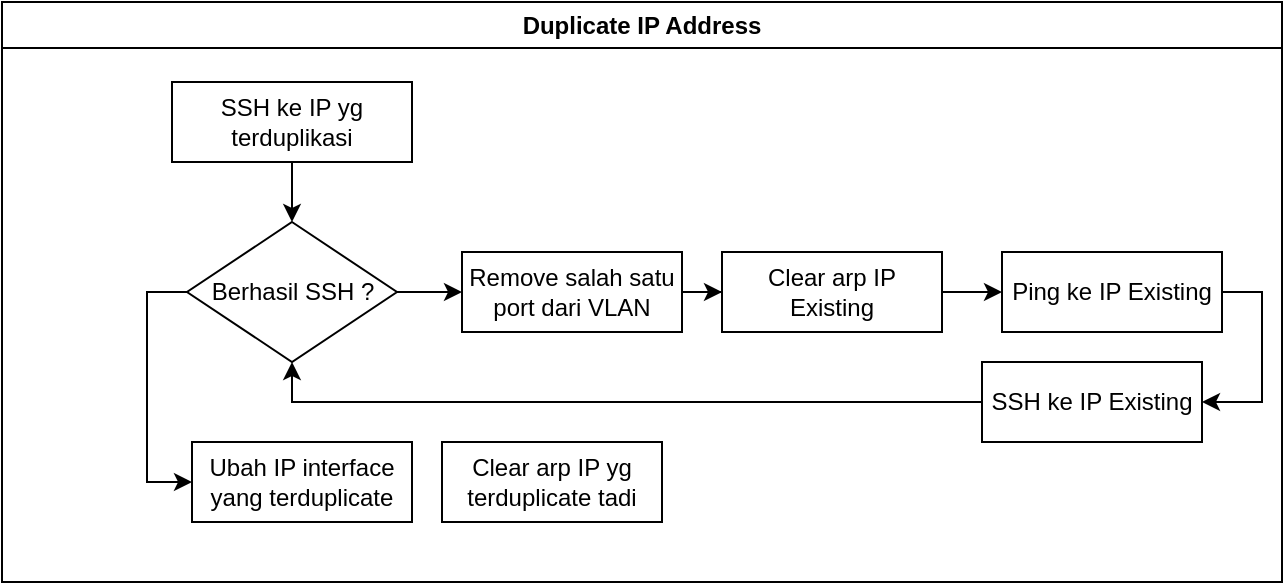
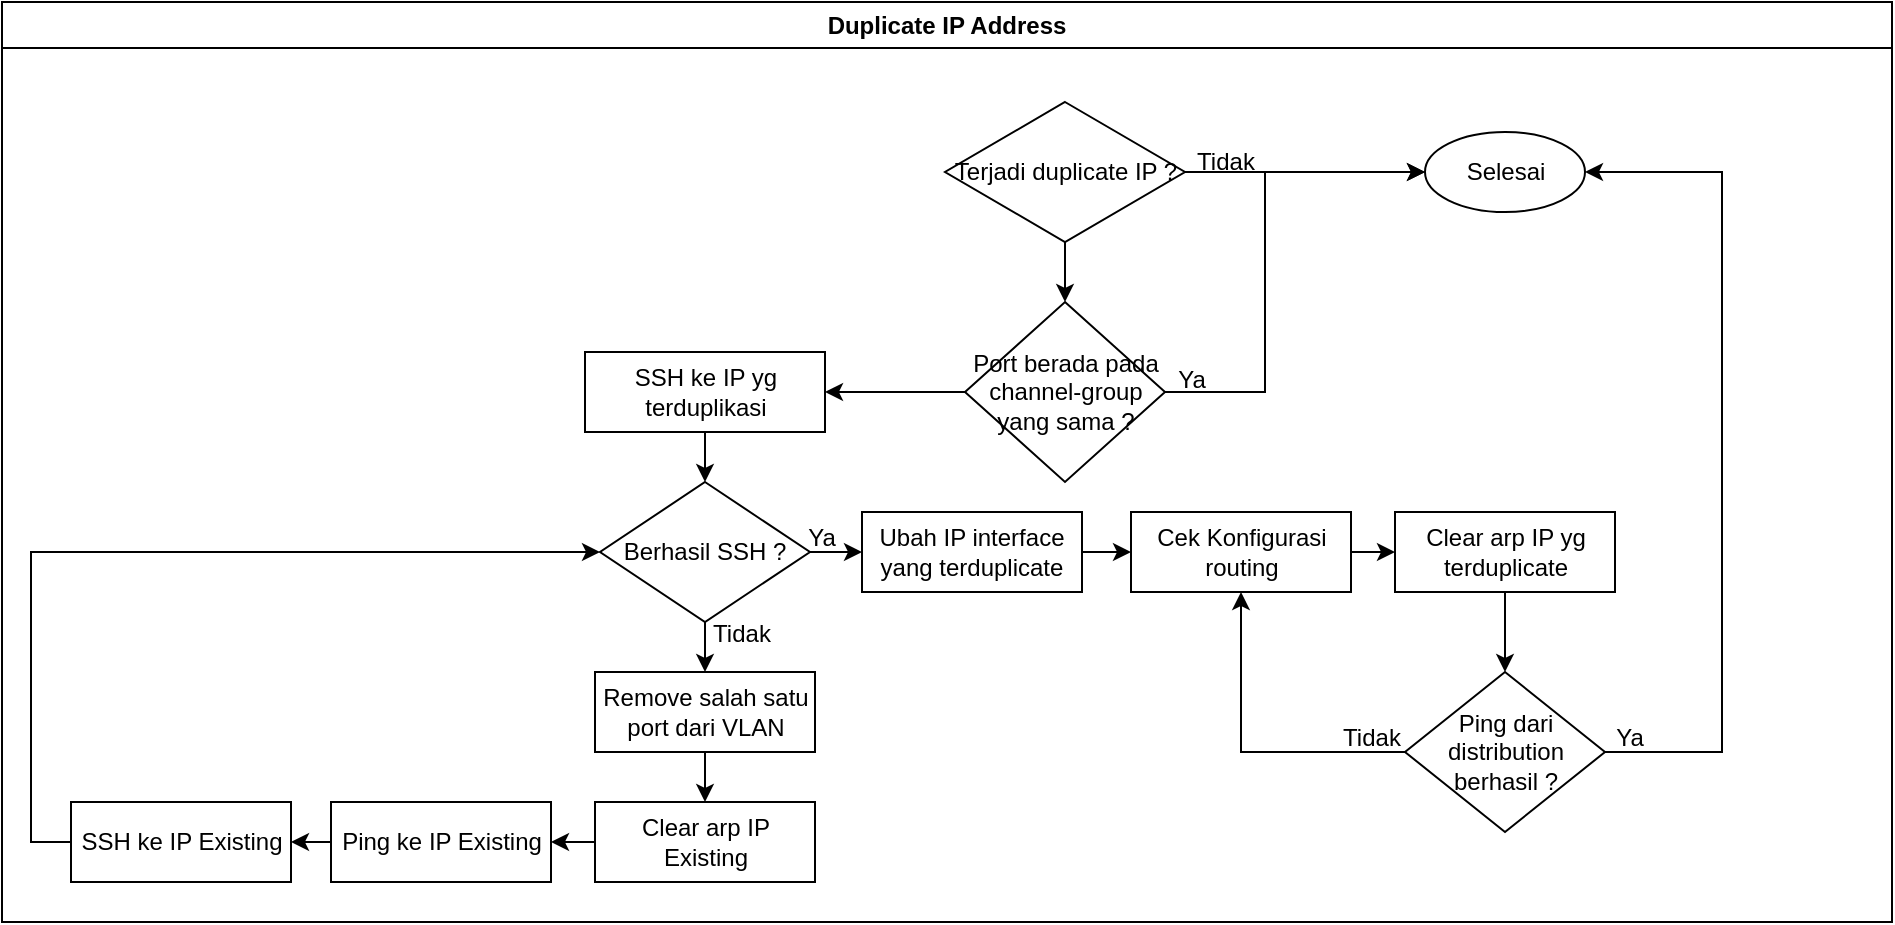
<mxfile host="app.diagrams.net" pages="2">
  <diagram id="IqfTy9Qa5XRMRrwgn1kL" name="Duplicate IP">
    <mxGraphModel dx="766" dy="454" grid="1" gridSize="10" guides="1" tooltips="1" connect="1" arrows="1" fold="1" page="1" pageScale="1" pageWidth="850" pageHeight="1100" math="0" shadow="0">
      <root>
        <mxCell id="0" />
        <mxCell id="1" parent="0" />
        <mxCell id="Bbwd89mPKZ276QW8u6vw-1" parent="1" style="swimlane;whiteSpace=wrap;html=1;" value="Duplicate IP Address" vertex="1">
-           <mxGeometry height="290" width="640" x="440" y="30" as="geometry" />
+           <mxGeometry height="460" width="945" x="410" y="30" as="geometry" />
        </mxCell>
        <mxCell id="Bbwd89mPKZ276QW8u6vw-9" edge="1" parent="Bbwd89mPKZ276QW8u6vw-1" source="Bbwd89mPKZ276QW8u6vw-3" style="edgeStyle=orthogonalEdgeStyle;rounded=0;orthogonalLoop=1;jettySize=auto;html=1;" target="Bbwd89mPKZ276QW8u6vw-6" value="">
          <mxGeometry relative="1" as="geometry" />
        </mxCell>
        <mxCell id="Bbwd89mPKZ276QW8u6vw-3" parent="Bbwd89mPKZ276QW8u6vw-1" style="rounded=0;whiteSpace=wrap;html=1;" value="SSH ke IP yg terduplikasi" vertex="1">
-           <mxGeometry height="40" width="120" x="85" y="40" as="geometry" />
-         </mxCell>
-         <mxCell id="Bbwd89mPKZ276QW8u6vw-8" edge="1" parent="Bbwd89mPKZ276QW8u6vw-1" source="Bbwd89mPKZ276QW8u6vw-6" style="edgeStyle=orthogonalEdgeStyle;rounded=0;orthogonalLoop=1;jettySize=auto;html=1;" target="Bbwd89mPKZ276QW8u6vw-7" value="">
-           <mxGeometry relative="1" as="geometry" />
-         </mxCell>
-         <mxCell id="Bbwd89mPKZ276QW8u6vw-24" edge="1" parent="Bbwd89mPKZ276QW8u6vw-1" source="Bbwd89mPKZ276QW8u6vw-6" style="edgeStyle=orthogonalEdgeStyle;rounded=0;orthogonalLoop=1;jettySize=auto;html=1;exitX=0;exitY=0.5;exitDx=0;exitDy=0;entryX=0;entryY=0.5;entryDx=0;entryDy=0;" target="Bbwd89mPKZ276QW8u6vw-23">
+           <mxGeometry height="40" width="120" x="291.5" y="175" as="geometry" />
+         </mxCell>
+         <mxCell id="SucNwFIVOATJOGyqGJhW-17" edge="1" parent="Bbwd89mPKZ276QW8u6vw-1" source="Bbwd89mPKZ276QW8u6vw-6" style="edgeStyle=orthogonalEdgeStyle;rounded=0;orthogonalLoop=1;jettySize=auto;html=1;exitX=0.5;exitY=1;exitDx=0;exitDy=0;" target="Bbwd89mPKZ276QW8u6vw-7">
+           <mxGeometry relative="1" as="geometry" />
+         </mxCell>
+         <mxCell id="SucNwFIVOATJOGyqGJhW-23" edge="1" parent="Bbwd89mPKZ276QW8u6vw-1" source="Bbwd89mPKZ276QW8u6vw-6" style="edgeStyle=orthogonalEdgeStyle;rounded=0;orthogonalLoop=1;jettySize=auto;html=1;exitX=1;exitY=0.5;exitDx=0;exitDy=0;entryX=0;entryY=0.5;entryDx=0;entryDy=0;" target="Bbwd89mPKZ276QW8u6vw-23">
          <mxGeometry relative="1" as="geometry" />
        </mxCell>
        <mxCell id="Bbwd89mPKZ276QW8u6vw-6" parent="Bbwd89mPKZ276QW8u6vw-1" style="rhombus;whiteSpace=wrap;html=1;" value="Berhasil SSH ?" vertex="1">
-           <mxGeometry height="70" width="105" x="92.5" y="110" as="geometry" />
+           <mxGeometry height="70" width="105" x="299" y="240" as="geometry" />
        </mxCell>
        <mxCell id="Bbwd89mPKZ276QW8u6vw-13" edge="1" parent="Bbwd89mPKZ276QW8u6vw-1" source="Bbwd89mPKZ276QW8u6vw-7" style="edgeStyle=orthogonalEdgeStyle;rounded=0;orthogonalLoop=1;jettySize=auto;html=1;" target="Bbwd89mPKZ276QW8u6vw-11" value="">
          <mxGeometry relative="1" as="geometry" />
        </mxCell>
        <mxCell id="Bbwd89mPKZ276QW8u6vw-7" parent="Bbwd89mPKZ276QW8u6vw-1" style="rounded=0;whiteSpace=wrap;html=1;" value="Remove salah satu port dari VLAN" vertex="1">
-           <mxGeometry height="40" width="110" x="230" y="125" as="geometry" />
+           <mxGeometry height="40" width="110" x="296.5" y="335" as="geometry" />
        </mxCell>
        <mxCell id="Bbwd89mPKZ276QW8u6vw-11" parent="Bbwd89mPKZ276QW8u6vw-1" style="rounded=0;whiteSpace=wrap;html=1;" value="Clear arp IP Existing" vertex="1">
-           <mxGeometry height="40" width="110" x="360" y="125" as="geometry" />
-         </mxCell>
-         <mxCell id="Bbwd89mPKZ276QW8u6vw-21" edge="1" parent="Bbwd89mPKZ276QW8u6vw-1" source="Bbwd89mPKZ276QW8u6vw-15" style="edgeStyle=orthogonalEdgeStyle;rounded=0;orthogonalLoop=1;jettySize=auto;html=1;exitX=0;exitY=0.5;exitDx=0;exitDy=0;entryX=0.5;entryY=1;entryDx=0;entryDy=0;" target="Bbwd89mPKZ276QW8u6vw-6">
+           <mxGeometry height="40" width="110" x="296.5" y="400" as="geometry" />
+         </mxCell>
+         <mxCell id="SucNwFIVOATJOGyqGJhW-4" edge="1" parent="Bbwd89mPKZ276QW8u6vw-1" source="SucNwFIVOATJOGyqGJhW-1" style="edgeStyle=orthogonalEdgeStyle;rounded=0;orthogonalLoop=1;jettySize=auto;html=1;exitX=1;exitY=0.5;exitDx=0;exitDy=0;" target="SucNwFIVOATJOGyqGJhW-3">
+           <mxGeometry relative="1" as="geometry" />
+         </mxCell>
+         <mxCell id="SucNwFIVOATJOGyqGJhW-6" edge="1" parent="Bbwd89mPKZ276QW8u6vw-1" source="SucNwFIVOATJOGyqGJhW-1" style="edgeStyle=orthogonalEdgeStyle;rounded=0;orthogonalLoop=1;jettySize=auto;html=1;exitX=0.5;exitY=1;exitDx=0;exitDy=0;" target="SucNwFIVOATJOGyqGJhW-5">
+           <mxGeometry relative="1" as="geometry" />
+         </mxCell>
+         <mxCell id="SucNwFIVOATJOGyqGJhW-1" parent="Bbwd89mPKZ276QW8u6vw-1" style="rhombus;whiteSpace=wrap;html=1;" value="Terjadi duplicate IP ?" vertex="1">
+           <mxGeometry height="70" width="120" x="471.5" y="50" as="geometry" />
+         </mxCell>
+         <mxCell id="SucNwFIVOATJOGyqGJhW-3" parent="Bbwd89mPKZ276QW8u6vw-1" style="ellipse;whiteSpace=wrap;html=1;" value="Selesai" vertex="1">
+           <mxGeometry height="40" width="80" x="711.5" y="65" as="geometry" />
+         </mxCell>
+         <mxCell id="SucNwFIVOATJOGyqGJhW-7" edge="1" parent="Bbwd89mPKZ276QW8u6vw-1" source="SucNwFIVOATJOGyqGJhW-5" style="edgeStyle=orthogonalEdgeStyle;rounded=0;orthogonalLoop=1;jettySize=auto;html=1;exitX=1;exitY=0.5;exitDx=0;exitDy=0;entryX=0;entryY=0.5;entryDx=0;entryDy=0;" target="SucNwFIVOATJOGyqGJhW-3">
+           <mxGeometry relative="1" as="geometry">
+             <Array as="points">
+               <mxPoint x="631.5" y="195" />
+               <mxPoint x="631.5" y="85" />
+             </Array>
+           </mxGeometry>
+         </mxCell>
+         <mxCell id="SucNwFIVOATJOGyqGJhW-10" edge="1" parent="Bbwd89mPKZ276QW8u6vw-1" source="SucNwFIVOATJOGyqGJhW-5" style="edgeStyle=orthogonalEdgeStyle;rounded=0;orthogonalLoop=1;jettySize=auto;html=1;exitX=0;exitY=0.5;exitDx=0;exitDy=0;entryX=1;entryY=0.5;entryDx=0;entryDy=0;" target="Bbwd89mPKZ276QW8u6vw-3">
+           <mxGeometry relative="1" as="geometry" />
+         </mxCell>
+         <mxCell id="SucNwFIVOATJOGyqGJhW-5" parent="Bbwd89mPKZ276QW8u6vw-1" style="rhombus;whiteSpace=wrap;html=1;" value="Port berada pada channel-group yang sama ?" vertex="1">
+           <mxGeometry height="90" width="100" x="481.5" y="150" as="geometry" />
+         </mxCell>
+         <mxCell id="SucNwFIVOATJOGyqGJhW-8" parent="Bbwd89mPKZ276QW8u6vw-1" style="text;html=1;whiteSpace=wrap;strokeColor=none;fillColor=none;align=center;verticalAlign=middle;rounded=0;" value="Tidak" vertex="1">
+           <mxGeometry height="30" width="60" x="581.5" y="65" as="geometry" />
+         </mxCell>
+         <mxCell id="SucNwFIVOATJOGyqGJhW-9" parent="Bbwd89mPKZ276QW8u6vw-1" style="text;html=1;whiteSpace=wrap;strokeColor=none;fillColor=none;align=center;verticalAlign=middle;rounded=0;" value="Ya" vertex="1">
+           <mxGeometry height="30" width="60" x="564.5" y="174" as="geometry" />
+         </mxCell>
+         <mxCell id="SucNwFIVOATJOGyqGJhW-21" edge="1" parent="Bbwd89mPKZ276QW8u6vw-1" source="Bbwd89mPKZ276QW8u6vw-12" style="edgeStyle=orthogonalEdgeStyle;rounded=0;orthogonalLoop=1;jettySize=auto;html=1;exitX=0;exitY=0.5;exitDx=0;exitDy=0;entryX=1;entryY=0.5;entryDx=0;entryDy=0;" target="Bbwd89mPKZ276QW8u6vw-15">
+           <mxGeometry relative="1" as="geometry" />
+         </mxCell>
+         <mxCell id="Bbwd89mPKZ276QW8u6vw-12" parent="Bbwd89mPKZ276QW8u6vw-1" style="rounded=0;whiteSpace=wrap;html=1;" value="Ping ke IP Existing" vertex="1">
+           <mxGeometry height="40" width="110" x="164.5" y="400" as="geometry" />
+         </mxCell>
+         <mxCell id="SucNwFIVOATJOGyqGJhW-20" edge="1" parent="Bbwd89mPKZ276QW8u6vw-1" source="Bbwd89mPKZ276QW8u6vw-11" style="edgeStyle=orthogonalEdgeStyle;rounded=0;orthogonalLoop=1;jettySize=auto;html=1;exitX=0;exitY=0.5;exitDx=0;exitDy=0;entryX=1;entryY=0.5;entryDx=0;entryDy=0;" target="Bbwd89mPKZ276QW8u6vw-12">
+           <mxGeometry relative="1" as="geometry" />
+         </mxCell>
+         <mxCell id="SucNwFIVOATJOGyqGJhW-22" edge="1" parent="Bbwd89mPKZ276QW8u6vw-1" source="Bbwd89mPKZ276QW8u6vw-15" style="edgeStyle=orthogonalEdgeStyle;rounded=0;orthogonalLoop=1;jettySize=auto;html=1;exitX=0;exitY=0.5;exitDx=0;exitDy=0;entryX=0;entryY=0.5;entryDx=0;entryDy=0;" target="Bbwd89mPKZ276QW8u6vw-6">
          <mxGeometry relative="1" as="geometry" />
        </mxCell>
        <mxCell id="Bbwd89mPKZ276QW8u6vw-15" parent="Bbwd89mPKZ276QW8u6vw-1" style="rounded=0;whiteSpace=wrap;html=1;" value="SSH ke IP Existing" vertex="1">
-           <mxGeometry height="40" width="110" x="490" y="180" as="geometry" />
+           <mxGeometry height="40" width="110" x="34.5" y="400" as="geometry" />
+         </mxCell>
+         <mxCell id="SucNwFIVOATJOGyqGJhW-27" edge="1" parent="Bbwd89mPKZ276QW8u6vw-1" source="Bbwd89mPKZ276QW8u6vw-23" style="edgeStyle=orthogonalEdgeStyle;rounded=0;orthogonalLoop=1;jettySize=auto;html=1;" target="SucNwFIVOATJOGyqGJhW-26" value="">
+           <mxGeometry relative="1" as="geometry" />
        </mxCell>
        <mxCell id="Bbwd89mPKZ276QW8u6vw-23" parent="Bbwd89mPKZ276QW8u6vw-1" style="rounded=0;whiteSpace=wrap;html=1;" value="Ubah IP interface yang terduplicate" vertex="1">
-           <mxGeometry height="40" width="110" x="95" y="220" as="geometry" />
-         </mxCell>
-         <mxCell id="Bbwd89mPKZ276QW8u6vw-26" parent="Bbwd89mPKZ276QW8u6vw-1" style="rounded=0;whiteSpace=wrap;html=1;" value="Clear arp IP yg terduplicate tadi" vertex="1">
-           <mxGeometry height="40" width="110" x="220" y="220" as="geometry" />
-         </mxCell>
-         <mxCell id="Bbwd89mPKZ276QW8u6vw-19" edge="1" parent="1" source="Bbwd89mPKZ276QW8u6vw-12" style="edgeStyle=orthogonalEdgeStyle;rounded=0;orthogonalLoop=1;jettySize=auto;html=1;exitX=1;exitY=0.5;exitDx=0;exitDy=0;entryX=1;entryY=0.5;entryDx=0;entryDy=0;" target="Bbwd89mPKZ276QW8u6vw-15">
-           <mxGeometry relative="1" as="geometry" />
-         </mxCell>
-         <mxCell id="Bbwd89mPKZ276QW8u6vw-12" parent="1" style="rounded=0;whiteSpace=wrap;html=1;" value="Ping ke IP Existing" vertex="1">
-           <mxGeometry height="40" width="110" x="940" y="155" as="geometry" />
-         </mxCell>
-         <mxCell id="Bbwd89mPKZ276QW8u6vw-14" edge="1" parent="1" source="Bbwd89mPKZ276QW8u6vw-11" style="edgeStyle=orthogonalEdgeStyle;rounded=0;orthogonalLoop=1;jettySize=auto;html=1;" target="Bbwd89mPKZ276QW8u6vw-12" value="">
-           <mxGeometry relative="1" as="geometry" />
+           <mxGeometry height="40" width="110" x="430" y="255" as="geometry" />
+         </mxCell>
+         <mxCell id="SucNwFIVOATJOGyqGJhW-30" edge="1" parent="Bbwd89mPKZ276QW8u6vw-1" source="Bbwd89mPKZ276QW8u6vw-26" style="edgeStyle=orthogonalEdgeStyle;rounded=0;orthogonalLoop=1;jettySize=auto;html=1;exitX=0.5;exitY=1;exitDx=0;exitDy=0;" target="SucNwFIVOATJOGyqGJhW-29">
+           <mxGeometry relative="1" as="geometry" />
+         </mxCell>
+         <mxCell id="Bbwd89mPKZ276QW8u6vw-26" parent="Bbwd89mPKZ276QW8u6vw-1" style="rounded=0;whiteSpace=wrap;html=1;" value="Clear arp IP yg terduplicate" vertex="1">
+           <mxGeometry height="40" width="110" x="696.5" y="255" as="geometry" />
+         </mxCell>
+         <mxCell id="SucNwFIVOATJOGyqGJhW-25" parent="Bbwd89mPKZ276QW8u6vw-1" style="text;html=1;whiteSpace=wrap;strokeColor=none;fillColor=none;align=center;verticalAlign=middle;rounded=0;" value="Ya" vertex="1">
+           <mxGeometry height="30" width="60" x="380" y="253" as="geometry" />
+         </mxCell>
+         <mxCell id="SucNwFIVOATJOGyqGJhW-28" edge="1" parent="Bbwd89mPKZ276QW8u6vw-1" source="SucNwFIVOATJOGyqGJhW-26" style="edgeStyle=orthogonalEdgeStyle;rounded=0;orthogonalLoop=1;jettySize=auto;html=1;exitX=1;exitY=0.5;exitDx=0;exitDy=0;entryX=0;entryY=0.5;entryDx=0;entryDy=0;" target="Bbwd89mPKZ276QW8u6vw-26">
+           <mxGeometry relative="1" as="geometry" />
+         </mxCell>
+         <mxCell id="SucNwFIVOATJOGyqGJhW-26" parent="Bbwd89mPKZ276QW8u6vw-1" style="rounded=0;whiteSpace=wrap;html=1;" value="Cek Konfigurasi routing" vertex="1">
+           <mxGeometry height="40" width="110" x="564.5" y="255" as="geometry" />
+         </mxCell>
+         <mxCell id="SucNwFIVOATJOGyqGJhW-31" edge="1" parent="Bbwd89mPKZ276QW8u6vw-1" source="SucNwFIVOATJOGyqGJhW-29" style="edgeStyle=orthogonalEdgeStyle;rounded=0;orthogonalLoop=1;jettySize=auto;html=1;exitX=1;exitY=0.5;exitDx=0;exitDy=0;entryX=1;entryY=0.5;entryDx=0;entryDy=0;" target="SucNwFIVOATJOGyqGJhW-3">
+           <mxGeometry relative="1" as="geometry">
+             <Array as="points">
+               <mxPoint x="860" y="375" />
+               <mxPoint x="860" y="85" />
+             </Array>
+           </mxGeometry>
+         </mxCell>
+         <mxCell id="SucNwFIVOATJOGyqGJhW-32" edge="1" parent="Bbwd89mPKZ276QW8u6vw-1" source="SucNwFIVOATJOGyqGJhW-29" style="edgeStyle=orthogonalEdgeStyle;rounded=0;orthogonalLoop=1;jettySize=auto;html=1;exitX=0;exitY=0.5;exitDx=0;exitDy=0;entryX=0.5;entryY=1;entryDx=0;entryDy=0;" target="SucNwFIVOATJOGyqGJhW-26">
+           <mxGeometry relative="1" as="geometry" />
+         </mxCell>
+         <mxCell id="SucNwFIVOATJOGyqGJhW-29" parent="Bbwd89mPKZ276QW8u6vw-1" style="rhombus;whiteSpace=wrap;html=1;" value="Ping dari distribution berhasil ?" vertex="1">
+           <mxGeometry height="80" width="100" x="701.5" y="335" as="geometry" />
+         </mxCell>
+         <mxCell id="SucNwFIVOATJOGyqGJhW-33" parent="Bbwd89mPKZ276QW8u6vw-1" style="text;html=1;whiteSpace=wrap;strokeColor=none;fillColor=none;align=center;verticalAlign=middle;rounded=0;" value="Tidak" vertex="1">
+           <mxGeometry height="30" width="60" x="654.5" y="353" as="geometry" />
+         </mxCell>
+         <mxCell id="SucNwFIVOATJOGyqGJhW-34" parent="Bbwd89mPKZ276QW8u6vw-1" style="text;html=1;whiteSpace=wrap;strokeColor=none;fillColor=none;align=center;verticalAlign=middle;rounded=0;" value="Ya" vertex="1">
+           <mxGeometry height="30" width="60" x="784" y="353" as="geometry" />
+         </mxCell>
+         <mxCell id="SucNwFIVOATJOGyqGJhW-24" parent="1" style="text;html=1;whiteSpace=wrap;strokeColor=none;fillColor=none;align=center;verticalAlign=middle;rounded=0;" value="Tidak" vertex="1">
+           <mxGeometry height="30" width="60" x="750" y="331" as="geometry" />
        </mxCell>
      </root>
    </mxGraphModel>
  </diagram>
  <diagram name="Checklink Problem" id="9vhfLtuUu_MpJ2AiOVXD">
    <mxGraphModel dx="726" dy="906" grid="1" gridSize="10" guides="1" tooltips="1" connect="1" arrows="1" fold="1" page="1" pageScale="1" pageWidth="850" pageHeight="1100" math="0" shadow="0">
      <root>
        <mxCell id="0" />
        <mxCell id="1" parent="0" />
        <mxCell id="pEuGeytKHn6pjW4NDgE5-2" parent="1" style="swimlane;whiteSpace=wrap;html=1;" value="Checklink Problem" vertex="1">
          <mxGeometry height="350" width="540" x="10" y="10" as="geometry" />
        </mxCell>
        <mxCell id="P1elN6ceBegf7L-zKAY9-7" edge="1" parent="pEuGeytKHn6pjW4NDgE5-2" source="P1elN6ceBegf7L-zKAY9-3" style="edgeStyle=orthogonalEdgeStyle;rounded=0;orthogonalLoop=1;jettySize=auto;html=1;exitX=0.5;exitY=1;exitDx=0;exitDy=0;entryX=0.5;entryY=0;entryDx=0;entryDy=0;" target="P1elN6ceBegf7L-zKAY9-6">
          <mxGeometry relative="1" as="geometry" />
        </mxCell>
        <mxCell id="P1elN6ceBegf7L-zKAY9-3" parent="pEuGeytKHn6pjW4NDgE5-2" style="ellipse;whiteSpace=wrap;html=1;" value="Link Intermitten" vertex="1">
          <mxGeometry height="40" width="120" x="210" y="40" as="geometry" />
        </mxCell>
        <mxCell id="v4keN2X_tolYOajlrL1v-25" edge="1" parent="pEuGeytKHn6pjW4NDgE5-2" source="P1elN6ceBegf7L-zKAY9-6" style="edgeStyle=orthogonalEdgeStyle;rounded=0;orthogonalLoop=1;jettySize=auto;html=1;exitX=0.5;exitY=1;exitDx=0;exitDy=0;entryX=0.5;entryY=0;entryDx=0;entryDy=0;" target="v4keN2X_tolYOajlrL1v-22">
          <mxGeometry relative="1" as="geometry" />
        </mxCell>
        <mxCell id="v4keN2X_tolYOajlrL1v-26" edge="1" parent="pEuGeytKHn6pjW4NDgE5-2" source="P1elN6ceBegf7L-zKAY9-6" style="edgeStyle=orthogonalEdgeStyle;rounded=0;orthogonalLoop=1;jettySize=auto;html=1;exitX=0.5;exitY=1;exitDx=0;exitDy=0;entryX=0.5;entryY=0;entryDx=0;entryDy=0;" target="v4keN2X_tolYOajlrL1v-23">
          <mxGeometry relative="1" as="geometry" />
        </mxCell>
        <mxCell id="v4keN2X_tolYOajlrL1v-27" edge="1" parent="pEuGeytKHn6pjW4NDgE5-2" source="P1elN6ceBegf7L-zKAY9-6" style="edgeStyle=orthogonalEdgeStyle;rounded=0;orthogonalLoop=1;jettySize=auto;html=1;exitX=0.5;exitY=1;exitDx=0;exitDy=0;" target="v4keN2X_tolYOajlrL1v-24">
          <mxGeometry relative="1" as="geometry" />
        </mxCell>
        <mxCell id="P1elN6ceBegf7L-zKAY9-6" parent="pEuGeytKHn6pjW4NDgE5-2" style="rhombus;whiteSpace=wrap;html=1;" value="Jenis router cabang ?" vertex="1">
          <mxGeometry height="60" width="165" x="187.5" y="120" as="geometry" />
        </mxCell>
        <mxCell id="v4keN2X_tolYOajlrL1v-22" parent="pEuGeytKHn6pjW4NDgE5-2" style="shape=process;whiteSpace=wrap;html=1;backgroundOutline=1;" value="WAN Conventional" vertex="1">
          <mxGeometry height="60" width="120" x="52" y="240" as="geometry" />
        </mxCell>
        <mxCell id="v4keN2X_tolYOajlrL1v-23" parent="pEuGeytKHn6pjW4NDgE5-2" style="shape=process;whiteSpace=wrap;html=1;backgroundOutline=1;" value="SDWAN Cisco" vertex="1">
          <mxGeometry height="60" width="120" x="209.5" y="240" as="geometry" />
        </mxCell>
        <mxCell id="v4keN2X_tolYOajlrL1v-24" parent="pEuGeytKHn6pjW4NDgE5-2" style="shape=process;whiteSpace=wrap;html=1;backgroundOutline=1;" value="SDWAN Fortinet" vertex="1">
          <mxGeometry height="60" width="120" x="363" y="240" as="geometry" />
        </mxCell>
        <mxCell id="TYqNpPFM6TGwHHhuPpuI-11" parent="1" style="swimlane;whiteSpace=wrap;html=1;" value="WAN Conventional" vertex="1">
          <mxGeometry height="600" width="1250" x="670" y="90" as="geometry" />
        </mxCell>
        <mxCell id="v4keN2X_tolYOajlrL1v-10" edge="1" parent="TYqNpPFM6TGwHHhuPpuI-11" source="TYqNpPFM6TGwHHhuPpuI-12" style="edgeStyle=orthogonalEdgeStyle;rounded=0;orthogonalLoop=1;jettySize=auto;html=1;exitX=0.5;exitY=1;exitDx=0;exitDy=0;entryX=0.5;entryY=0;entryDx=0;entryDy=0;" target="v4keN2X_tolYOajlrL1v-9">
          <mxGeometry relative="1" as="geometry" />
        </mxCell>
        <mxCell id="TYqNpPFM6TGwHHhuPpuI-12" parent="TYqNpPFM6TGwHHhuPpuI-11" style="rounded=0;whiteSpace=wrap;html=1;" value="Login ke perangkat cabang" vertex="1">
          <mxGeometry height="40" width="120" x="220" y="40" as="geometry" />
        </mxCell>
        <mxCell id="v4keN2X_tolYOajlrL1v-7" edge="1" parent="TYqNpPFM6TGwHHhuPpuI-11" source="v4keN2X_tolYOajlrL1v-5" style="edgeStyle=orthogonalEdgeStyle;rounded=0;orthogonalLoop=1;jettySize=auto;html=1;exitX=0.5;exitY=1;exitDx=0;exitDy=0;" target="pmmJg_nAHrXnhT2FHE6J-1">
          <mxGeometry relative="1" as="geometry" />
        </mxCell>
        <mxCell id="v4keN2X_tolYOajlrL1v-5" parent="TYqNpPFM6TGwHHhuPpuI-11" style="rounded=0;whiteSpace=wrap;html=1;" value="Identifikasi jenis koneksi WAN" vertex="1">
          <mxGeometry height="40" width="120" x="220" y="300" as="geometry" />
        </mxCell>
        <mxCell id="v4keN2X_tolYOajlrL1v-15" edge="1" parent="TYqNpPFM6TGwHHhuPpuI-11" source="pmmJg_nAHrXnhT2FHE6J-1" style="edgeStyle=orthogonalEdgeStyle;rounded=0;orthogonalLoop=1;jettySize=auto;html=1;exitX=1;exitY=0.5;exitDx=0;exitDy=0;entryX=0;entryY=0.5;entryDx=0;entryDy=0;" target="v4keN2X_tolYOajlrL1v-14">
          <mxGeometry relative="1" as="geometry" />
        </mxCell>
        <mxCell id="pmmJg_nAHrXnhT2FHE6J-1" parent="TYqNpPFM6TGwHHhuPpuI-11" style="rhombus;whiteSpace=wrap;html=1;" value="MPLS/Metro-E ?" vertex="1">
          <mxGeometry height="80" width="110" x="225" y="370" as="geometry" />
        </mxCell>
        <mxCell id="v4keN2X_tolYOajlrL1v-11" edge="1" parent="TYqNpPFM6TGwHHhuPpuI-11" source="v4keN2X_tolYOajlrL1v-9" style="edgeStyle=orthogonalEdgeStyle;rounded=0;orthogonalLoop=1;jettySize=auto;html=1;exitX=0.5;exitY=1;exitDx=0;exitDy=0;entryX=0.5;entryY=0;entryDx=0;entryDy=0;" target="TYqNpPFM6TGwHHhuPpuI-13">
          <mxGeometry relative="1" as="geometry" />
        </mxCell>
        <mxCell id="v4keN2X_tolYOajlrL1v-9" parent="TYqNpPFM6TGwHHhuPpuI-11" style="rounded=0;whiteSpace=wrap;html=1;" value="Cek BGP Summary" vertex="1">
          <mxGeometry height="40" width="120" x="220" y="110" as="geometry" />
        </mxCell>
        <mxCell id="v4keN2X_tolYOajlrL1v-12" edge="1" parent="TYqNpPFM6TGwHHhuPpuI-11" source="TYqNpPFM6TGwHHhuPpuI-13" style="edgeStyle=orthogonalEdgeStyle;rounded=0;orthogonalLoop=1;jettySize=auto;html=1;exitX=0.5;exitY=1;exitDx=0;exitDy=0;entryX=0.5;entryY=0;entryDx=0;entryDy=0;" target="v4keN2X_tolYOajlrL1v-5">
          <mxGeometry relative="1" as="geometry" />
        </mxCell>
        <mxCell id="TYqNpPFM6TGwHHhuPpuI-13" parent="TYqNpPFM6TGwHHhuPpuI-11" style="rhombus;whiteSpace=wrap;html=1;" value="BGP Summary lengkap ?" vertex="1">
          <mxGeometry height="90" width="120" x="220" y="180" as="geometry" />
        </mxCell>
        <mxCell id="v4keN2X_tolYOajlrL1v-4" edge="1" parent="TYqNpPFM6TGwHHhuPpuI-11" style="edgeStyle=orthogonalEdgeStyle;rounded=0;orthogonalLoop=1;jettySize=auto;html=1;" target="v4keN2X_tolYOajlrL1v-3" value="">
          <mxGeometry relative="1" as="geometry">
            <mxPoint x="560" y="320" as="sourcePoint" />
          </mxGeometry>
        </mxCell>
        <mxCell id="v4keN2X_tolYOajlrL1v-17" edge="1" parent="TYqNpPFM6TGwHHhuPpuI-11" source="v4keN2X_tolYOajlrL1v-14" style="edgeStyle=orthogonalEdgeStyle;rounded=0;orthogonalLoop=1;jettySize=auto;html=1;exitX=1;exitY=0.5;exitDx=0;exitDy=0;entryX=0;entryY=0.5;entryDx=0;entryDy=0;" target="v4keN2X_tolYOajlrL1v-16">
          <mxGeometry relative="1" as="geometry" />
        </mxCell>
        <mxCell id="v4keN2X_tolYOajlrL1v-14" parent="TYqNpPFM6TGwHHhuPpuI-11" style="rounded=0;whiteSpace=wrap;html=1;" value="Cek konfigurasi BGP" vertex="1">
          <mxGeometry height="40" width="120" x="370" y="390" as="geometry" />
        </mxCell>
        <mxCell id="v4keN2X_tolYOajlrL1v-20" edge="1" parent="TYqNpPFM6TGwHHhuPpuI-11" source="v4keN2X_tolYOajlrL1v-16" style="edgeStyle=orthogonalEdgeStyle;rounded=0;orthogonalLoop=1;jettySize=auto;html=1;exitX=0.5;exitY=1;exitDx=0;exitDy=0;entryX=0.5;entryY=0;entryDx=0;entryDy=0;" target="v4keN2X_tolYOajlrL1v-19">
          <mxGeometry relative="1" as="geometry" />
        </mxCell>
        <mxCell id="v4keN2X_tolYOajlrL1v-16" parent="TYqNpPFM6TGwHHhuPpuI-11" style="rhombus;whiteSpace=wrap;html=1;" value="IP Underlay, Overlay, &amp;amp; Router neighbor ada ?&amp;nbsp;" vertex="1">
          <mxGeometry height="80" width="110" x="530" y="370" as="geometry" />
        </mxCell>
        <mxCell id="v4keN2X_tolYOajlrL1v-19" parent="TYqNpPFM6TGwHHhuPpuI-11" style="rounded=0;whiteSpace=wrap;html=1;" value="Daftarkan neighbor yg belum ada" vertex="1">
          <mxGeometry height="40" width="120" x="525" y="470" as="geometry" />
        </mxCell>
        <mxCell id="TYqNpPFM6TGwHHhuPpuI-65" parent="1" style="swimlane;whiteSpace=wrap;html=1;" value="Pengecekan Sisi Cabang" vertex="1">
          <mxGeometry height="560" width="540" x="10" y="420" as="geometry" />
        </mxCell>
        <mxCell id="fYS8cTILx4h1H9qz6oxb-3" edge="1" parent="TYqNpPFM6TGwHHhuPpuI-65" source="fYS8cTILx4h1H9qz6oxb-1" style="edgeStyle=orthogonalEdgeStyle;rounded=0;orthogonalLoop=1;jettySize=auto;html=1;" target="fYS8cTILx4h1H9qz6oxb-2" value="">
          <mxGeometry relative="1" as="geometry" />
        </mxCell>
        <mxCell id="fYS8cTILx4h1H9qz6oxb-1" parent="TYqNpPFM6TGwHHhuPpuI-65" style="rounded=0;whiteSpace=wrap;html=1;" value="Pemeriksaan layer 1" vertex="1">
          <mxGeometry height="30" width="120" x="210" y="40" as="geometry" />
        </mxCell>
        <mxCell id="fYS8cTILx4h1H9qz6oxb-5" edge="1" parent="TYqNpPFM6TGwHHhuPpuI-65" source="fYS8cTILx4h1H9qz6oxb-2" style="edgeStyle=orthogonalEdgeStyle;rounded=0;orthogonalLoop=1;jettySize=auto;html=1;" target="fYS8cTILx4h1H9qz6oxb-4" value="">
          <mxGeometry relative="1" as="geometry" />
        </mxCell>
        <mxCell id="fYS8cTILx4h1H9qz6oxb-7" edge="1" parent="TYqNpPFM6TGwHHhuPpuI-65" source="fYS8cTILx4h1H9qz6oxb-2" style="edgeStyle=orthogonalEdgeStyle;rounded=0;orthogonalLoop=1;jettySize=auto;html=1;" target="fYS8cTILx4h1H9qz6oxb-6" value="">
          <mxGeometry relative="1" as="geometry" />
        </mxCell>
        <mxCell id="fYS8cTILx4h1H9qz6oxb-2" parent="TYqNpPFM6TGwHHhuPpuI-65" style="rhombus;whiteSpace=wrap;html=1;" value="Angka statistik interface tinggi ?" vertex="1">
          <mxGeometry height="90" width="120" x="210" y="110" as="geometry" />
        </mxCell>
        <mxCell id="fYS8cTILx4h1H9qz6oxb-4" parent="TYqNpPFM6TGwHHhuPpuI-65" style="rounded=0;whiteSpace=wrap;html=1;" value="Hubungi SOW untuk pengecekan kabel fisik" vertex="1">
          <mxGeometry height="45" width="120" x="380" y="132.5" as="geometry" />
        </mxCell>
        <mxCell id="fYS8cTILx4h1H9qz6oxb-6" parent="TYqNpPFM6TGwHHhuPpuI-65" style="rounded=0;whiteSpace=wrap;html=1;" value="Pemeriksaan layer 2" vertex="1">
          <mxGeometry height="30" width="120" x="210" y="230" as="geometry" />
        </mxCell>
        <mxCell id="fYS8cTILx4h1H9qz6oxb-8" parent="TYqNpPFM6TGwHHhuPpuI-65" style="rounded=0;whiteSpace=wrap;html=1;" value="Pemeriksaan layer 3" vertex="1">
          <mxGeometry height="30" width="120" x="210" y="310" as="geometry" />
        </mxCell>
        <mxCell id="fYS8cTILx4h1H9qz6oxb-11" parent="TYqNpPFM6TGwHHhuPpuI-65" style="rounded=0;whiteSpace=wrap;html=1;" value="Ubah ip sesuai data tabel" vertex="1">
          <mxGeometry height="30" width="120" x="380" y="395" as="geometry" />
        </mxCell>
        <mxCell id="fYS8cTILx4h1H9qz6oxb-12" edge="1" parent="TYqNpPFM6TGwHHhuPpuI-65" source="fYS8cTILx4h1H9qz6oxb-9" style="edgeStyle=orthogonalEdgeStyle;rounded=0;orthogonalLoop=1;jettySize=auto;html=1;" target="fYS8cTILx4h1H9qz6oxb-11" value="">
          <mxGeometry relative="1" as="geometry" />
        </mxCell>
        <mxCell id="pmmJg_nAHrXnhT2FHE6J-10" edge="1" parent="TYqNpPFM6TGwHHhuPpuI-65" source="fYS8cTILx4h1H9qz6oxb-9" style="edgeStyle=orthogonalEdgeStyle;rounded=0;orthogonalLoop=1;jettySize=auto;html=1;exitX=0.5;exitY=1;exitDx=0;exitDy=0;entryX=0.5;entryY=0;entryDx=0;entryDy=0;" target="pmmJg_nAHrXnhT2FHE6J-9">
          <mxGeometry relative="1" as="geometry" />
        </mxCell>
        <mxCell id="fYS8cTILx4h1H9qz6oxb-9" parent="TYqNpPFM6TGwHHhuPpuI-65" style="rhombus;whiteSpace=wrap;html=1;" value="Terdapat perubahan ip di int link provider ?" vertex="1">
          <mxGeometry height="80" width="125" x="207.5" y="370" as="geometry" />
        </mxCell>
        <mxCell id="fYS8cTILx4h1H9qz6oxb-10" edge="1" parent="TYqNpPFM6TGwHHhuPpuI-65" source="fYS8cTILx4h1H9qz6oxb-8" style="edgeStyle=orthogonalEdgeStyle;rounded=0;orthogonalLoop=1;jettySize=auto;html=1;" target="fYS8cTILx4h1H9qz6oxb-9" value="">
          <mxGeometry relative="1" as="geometry" />
        </mxCell>
        <mxCell id="pmmJg_nAHrXnhT2FHE6J-9" parent="TYqNpPFM6TGwHHhuPpuI-65" style="rounded=0;whiteSpace=wrap;html=1;" value="Cek konfigurasi route-map &amp;amp; prefix-list" vertex="1">
          <mxGeometry height="30" width="130" x="205" y="480" as="geometry" />
        </mxCell>
        <mxCell id="TYqNpPFM6TGwHHhuPpuI-23" edge="1" parent="1" source="TYqNpPFM6TGwHHhuPpuI-19" style="edgeStyle=orthogonalEdgeStyle;rounded=0;orthogonalLoop=1;jettySize=auto;html=1;" target="TYqNpPFM6TGwHHhuPpuI-22" value="">
          <mxGeometry relative="1" as="geometry" />
        </mxCell>
        <mxCell id="TYqNpPFM6TGwHHhuPpuI-34" edge="1" parent="1" source="TYqNpPFM6TGwHHhuPpuI-19" style="edgeStyle=orthogonalEdgeStyle;rounded=0;orthogonalLoop=1;jettySize=auto;html=1;exitX=0;exitY=0.5;exitDx=0;exitDy=0;entryX=1;entryY=0.5;entryDx=0;entryDy=0;" target="TYqNpPFM6TGwHHhuPpuI-33">
          <mxGeometry relative="1" as="geometry" />
        </mxCell>
        <mxCell id="TYqNpPFM6TGwHHhuPpuI-19" parent="1" style="rhombus;whiteSpace=wrap;html=1;" value="Koneksi cabang dan Provider Edge baik ?" vertex="1">
          <mxGeometry height="90" width="120" x="1359" y="802" as="geometry" />
        </mxCell>
        <mxCell id="TYqNpPFM6TGwHHhuPpuI-22" parent="1" style="rhombus;whiteSpace=wrap;html=1;" value="Koneksi PE di DC dan IPsec baik ?" vertex="1">
          <mxGeometry height="90" width="120" x="1529" y="802" as="geometry" />
        </mxCell>
        <mxCell id="TYqNpPFM6TGwHHhuPpuI-24" parent="1" style="rounded=0;whiteSpace=wrap;html=1;" value="Follow up ke Provider" vertex="1">
          <mxGeometry height="40" width="130" x="1524" y="922" as="geometry" />
        </mxCell>
        <mxCell id="TYqNpPFM6TGwHHhuPpuI-25" edge="1" parent="1" source="TYqNpPFM6TGwHHhuPpuI-22" style="edgeStyle=orthogonalEdgeStyle;rounded=0;orthogonalLoop=1;jettySize=auto;html=1;exitX=0.5;exitY=1;exitDx=0;exitDy=0;entryX=0.5;entryY=0;entryDx=0;entryDy=0;" target="TYqNpPFM6TGwHHhuPpuI-24">
          <mxGeometry relative="1" as="geometry" />
        </mxCell>
        <mxCell id="pmmJg_nAHrXnhT2FHE6J-8" edge="1" parent="1" source="TYqNpPFM6TGwHHhuPpuI-26" style="edgeStyle=orthogonalEdgeStyle;rounded=0;orthogonalLoop=1;jettySize=auto;html=1;exitX=1;exitY=0.5;exitDx=0;exitDy=0;entryX=0;entryY=0.5;entryDx=0;entryDy=0;" target="pmmJg_nAHrXnhT2FHE6J-7">
          <mxGeometry relative="1" as="geometry" />
        </mxCell>
        <mxCell id="TYqNpPFM6TGwHHhuPpuI-26" parent="1" style="rhombus;whiteSpace=wrap;html=1;" value="Koneksi tunnel DC ke cabang baik ?" vertex="1">
          <mxGeometry height="90" width="120" x="1689" y="802" as="geometry" />
        </mxCell>
        <mxCell id="TYqNpPFM6TGwHHhuPpuI-27" edge="1" parent="1" source="TYqNpPFM6TGwHHhuPpuI-22" style="edgeStyle=orthogonalEdgeStyle;rounded=0;orthogonalLoop=1;jettySize=auto;html=1;" target="TYqNpPFM6TGwHHhuPpuI-26" value="">
          <mxGeometry relative="1" as="geometry" />
        </mxCell>
        <mxCell id="TYqNpPFM6TGwHHhuPpuI-28" parent="1" style="rounded=0;whiteSpace=wrap;html=1;" value="Cek Konfigurasi Tunnel" vertex="1">
          <mxGeometry height="40" width="130" x="1684" y="922" as="geometry" />
        </mxCell>
        <mxCell id="TYqNpPFM6TGwHHhuPpuI-29" edge="1" parent="1" source="TYqNpPFM6TGwHHhuPpuI-26" style="edgeStyle=orthogonalEdgeStyle;rounded=0;orthogonalLoop=1;jettySize=auto;html=1;exitX=0.5;exitY=1;exitDx=0;exitDy=0;entryX=0.5;entryY=0;entryDx=0;entryDy=0;" target="TYqNpPFM6TGwHHhuPpuI-28">
          <mxGeometry relative="1" as="geometry" />
        </mxCell>
        <mxCell id="TYqNpPFM6TGwHHhuPpuI-37" parent="1" style="text;html=1;whiteSpace=wrap;strokeColor=none;fillColor=none;align=center;verticalAlign=middle;rounded=0;" value="status bgp active/idle" vertex="1">
          <mxGeometry height="20" width="97" x="1427" y="772" as="geometry" />
        </mxCell>
        <mxCell id="TYqNpPFM6TGwHHhuPpuI-38" parent="1" style="text;html=1;whiteSpace=wrap;strokeColor=none;fillColor=none;align=center;verticalAlign=middle;rounded=0;" value="Tidak" vertex="1">
          <mxGeometry height="20" width="50" x="1309" y="832" as="geometry" />
        </mxCell>
        <mxCell id="TYqNpPFM6TGwHHhuPpuI-40" parent="1" style="text;html=1;whiteSpace=wrap;strokeColor=none;fillColor=none;align=center;verticalAlign=middle;rounded=0;" value="Ya" vertex="1">
          <mxGeometry height="20" width="50" x="1469" y="830" as="geometry" />
        </mxCell>
        <mxCell id="TYqNpPFM6TGwHHhuPpuI-41" parent="1" style="text;html=1;whiteSpace=wrap;strokeColor=none;fillColor=none;align=center;verticalAlign=middle;rounded=0;" value="Ya" vertex="1">
          <mxGeometry height="20" width="50" x="1639" y="830" as="geometry" />
        </mxCell>
        <mxCell id="TYqNpPFM6TGwHHhuPpuI-33" parent="1" style="shape=process;whiteSpace=wrap;html=1;backgroundOutline=1;" value="Pengecekan sisi Cabang" vertex="1">
          <mxGeometry height="60" width="120" x="1169" y="817" as="geometry" />
        </mxCell>
        <mxCell id="pmmJg_nAHrXnhT2FHE6J-7" parent="1" style="ellipse;whiteSpace=wrap;html=1;" value="Selesai" vertex="1">
          <mxGeometry height="40" width="70" x="1859" y="827" as="geometry" />
        </mxCell>
        <mxCell id="v4keN2X_tolYOajlrL1v-21" parent="1" style="text;html=1;whiteSpace=wrap;strokeColor=none;fillColor=none;align=center;verticalAlign=middle;rounded=0;" value="Metro" vertex="1">
          <mxGeometry height="30" width="60" x="970" y="450" as="geometry" />
        </mxCell>
      </root>
    </mxGraphModel>
  </diagram>
</mxfile>
